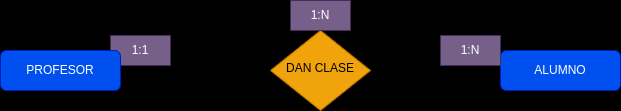
The draw.io diagram tarea/tarea1/imagenes/ejercicio1.drawio.png in johnfredyrg1226/base_datos2, before a commit. Source tidied: cells renumbered, new cells last; positions are measured from the earlier drawing's top-left corner, leaving out a move shared by most shapes.
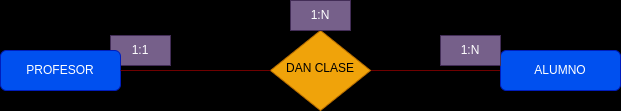
After the commit.

Change to the diagram source:
```diff
@@ -2,7 +2,7 @@
   <root>
     <mxCell id="0" />
     <mxCell id="1" parent="0" />
-    <mxCell id="2" style="edgeStyle=orthogonalEdgeStyle;rounded=0;jettySize=auto;html=1;exitX=1;exitY=0.5;exitDx=0;exitDy=0;entryX=0;entryY=0.5;entryDx=0;entryDy=0;endArrow=none;endFill=0;" parent="1" edge="1" source="3" target="5">
+    <mxCell id="2" style="edgeStyle=orthogonalEdgeStyle;rounded=0;jettySize=auto;html=1;exitX=1;exitY=0.5;exitDx=0;exitDy=0;entryX=0;entryY=0.5;entryDx=0;entryDy=0;endArrow=none;endFill=0;fillColor=#a20025;strokeColor=#6F0000;" parent="1" edge="1" source="3" target="5">
       <mxGeometry relative="1" as="geometry" />
     </mxCell>
     <mxCell id="3" value="DAN CLASE" style="rhombus;whiteSpace=wrap;html=1;shadow=0;fontFamily=Helvetica;fontSize=12;align=center;strokeWidth=1;spacing=6;spacingTop=-4;fillColor=#f0a30a;fontColor=#000000;strokeColor=#BD7000;" parent="1" vertex="1">
@@ -26,7 +26,7 @@
     <mxCell id="9" value="PROFESOR" style="rounded=1;whiteSpace=wrap;html=1;fontSize=12;glass=0;strokeWidth=1;shadow=0;fillColor=#0050ef;fontColor=#ffffff;strokeColor=#001DBC;" parent="1" vertex="1">
       <mxGeometry y="50" width="120" height="40" as="geometry" />
     </mxCell>
-    <mxCell id="10" style="endArrow=none;html=1;entryX=0;entryY=0.5;entryDx=0;entryDy=0;" parent="1" edge="1" target="3">
+    <mxCell id="10" style="endArrow=none;html=1;entryX=0;entryY=0.5;entryDx=0;entryDy=0;fillColor=#a20025;strokeColor=#6F0000;" parent="1" edge="1" target="3">
       <mxGeometry relative="1" as="geometry">
         <mxPoint x="120" y="70" as="sourcePoint" />
       </mxGeometry>
```
